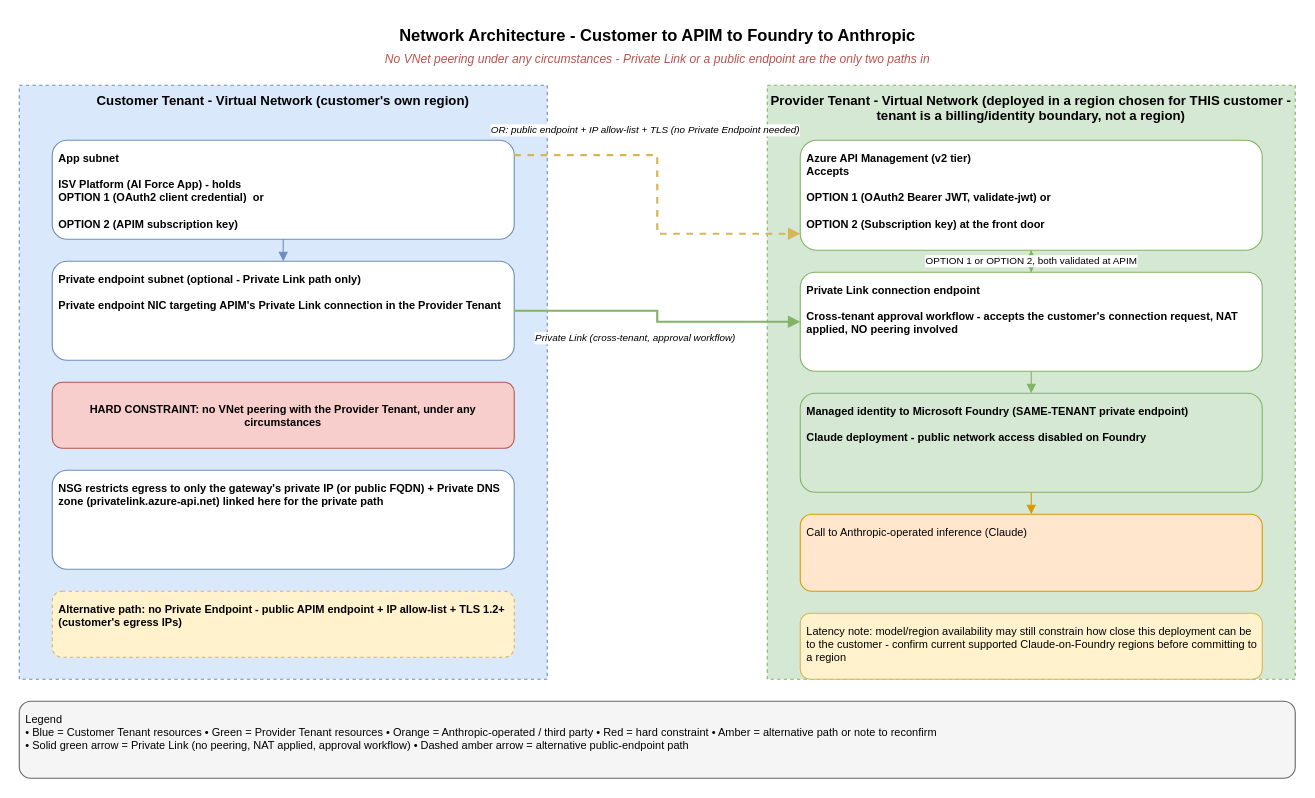
Earlier version of the draw.io diagram diagrams/02-network-architecture.drawio (shaleen-wonder-ent/Cross-Tenant-AI-Gateway). Source tidied: cells renumbered, new cells numbered last; positions are measured from the earlier drawing's top-left corner, leaving out a move shared by most shapes. Both pictures are drawn from the tidied source at 110%, with x=0, y=0 at pixel (19, 19).
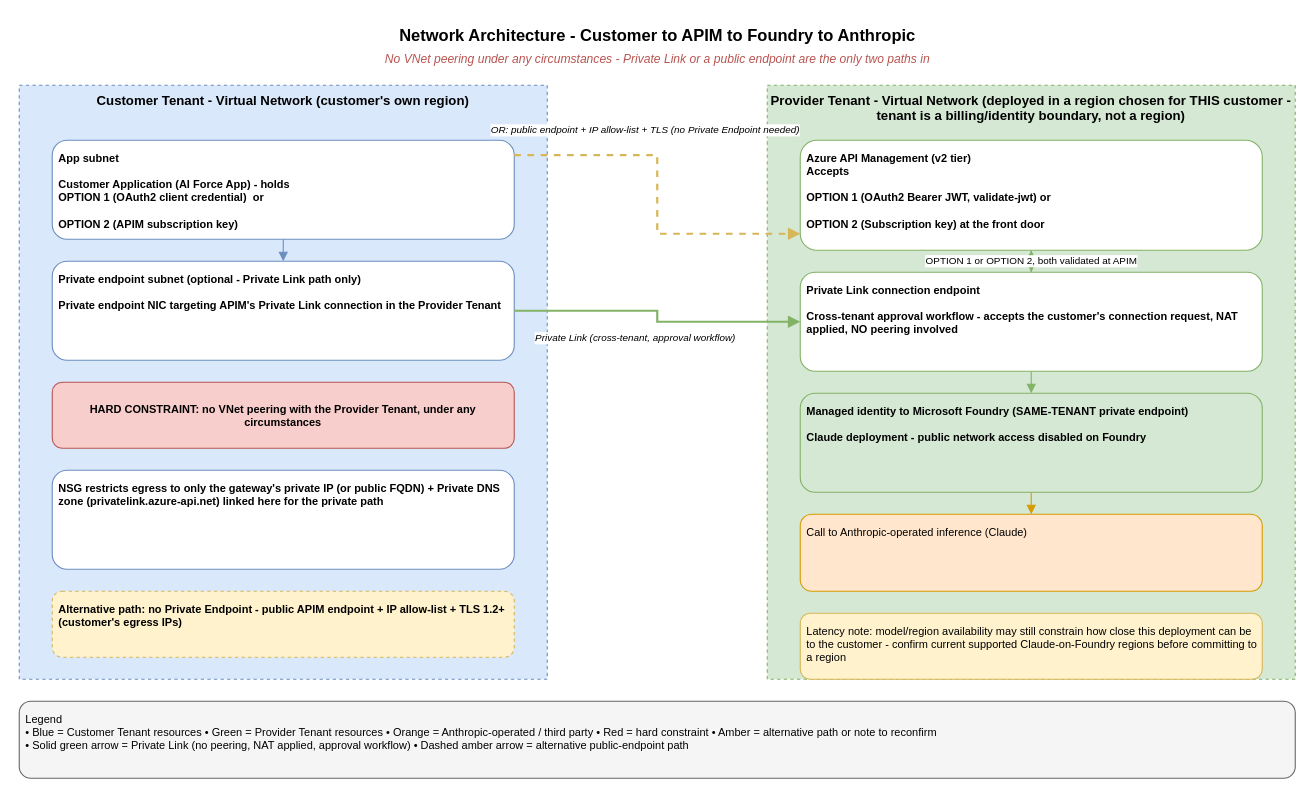
After the change.

Commit message (it also covers changes not shown here):
docs(diagrams): switch README to SVG diagrams; relabel 'ISV Platform' as 'Customer Application' and fix token issuer to customer Entra

Diff of the diagram source:
```diff
@@
-    <mxCell id="6" value="App subnet&lt;div&gt;&lt;font color=&quot;#000000&quot;&gt;&lt;br&gt;&lt;/font&gt;ISV Platform (AI Force App) - holds&amp;nbsp;&lt;/div&gt;&lt;div&gt;OPTION 1 (OAuth2 client credential)&amp;nbsp; or&lt;/div&gt;&lt;div&gt;&amp;nbsp;&lt;/div&gt;&lt;div&gt;OPTION 2 (APIM subscription key)&lt;/div&gt;" style="rounded=1;whiteSpace=wrap;html=1;align=left;verticalAlign=top;spacing=6;fontSize=10;fillColor=#ffffff;strokeColor=#6c8ebf;fontStyle=1;" parent="1" vertex="1">
+    <mxCell id="6" value="App subnet&lt;div&gt;&lt;font color=&quot;#000000&quot;&gt;&lt;br&gt;&lt;/font&gt;Customer Application (AI Force App) - holds&amp;nbsp;&lt;/div&gt;&lt;div&gt;OPTION 1 (OAuth2 client credential)&amp;nbsp; or&lt;/div&gt;&lt;div&gt;&amp;nbsp;&lt;/div&gt;&lt;div&gt;OPTION 2 (APIM subscription key)&lt;/div&gt;" style="rounded=1;whiteSpace=wrap;html=1;align=left;verticalAlign=top;spacing=6;fontSize=10;fillColor=#ffffff;strokeColor=#6c8ebf;fontStyle=1;" parent="1" vertex="1">
       <mxGeometry x="30" y="110" width="420" height="90" as="geometry" />
     </mxCell>
```
